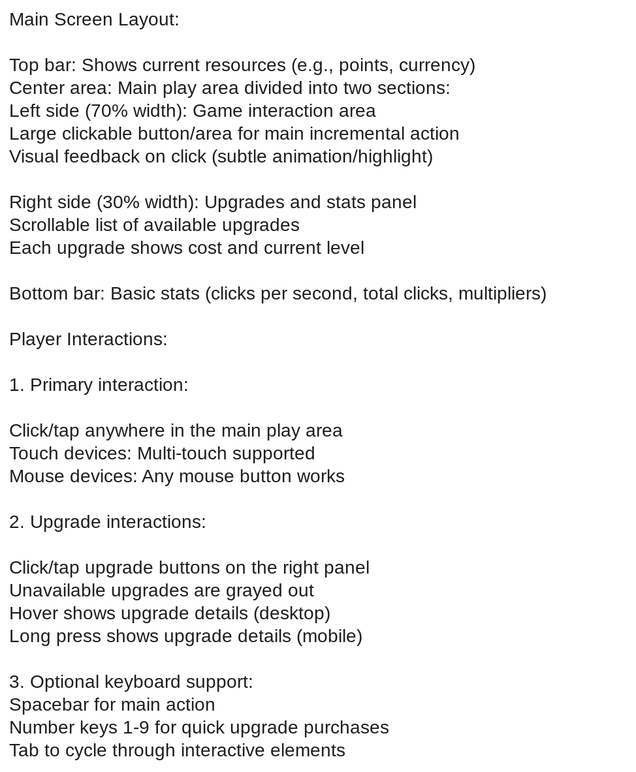
Before: templates/incremental/concept.excalidraw.svg, a diagram exported from Excalidraw (cosmic-org/living_game). Source tidied: one line per element, renumbered; positions are measured from the earlier drawing's top-left corner, leaving out a move shared by most shapes. Source of this version:
```json
{"id": 0, "type": "text", "text": "Main Screen Layout:\n\nTop bar: Shows current resources (e.g., points, currency)\nCenter area: Main play area divided into two sections:\nLeft side (70% width): Game interaction area\nLarge clickable button/area for main incremental action\nVisual feedback on click (subtle animation/highlight)\n\nRight side (30% width): Upgrades and stats panel\nScrollable list of available upgrades\nEach upgrade shows cost and current level\n\nBottom bar: Basic stats (clicks per second, total clicks, multipliers)\n\nPlayer Interactions:\n\n1. Primary interaction:\n\nClick/tap anywhere in the main play area\nTouch devices: Multi-touch supported\nMouse devices: Any mouse button works\n\n2. Upgrade interactions:\n\nClick/tap upgrade buttons on the right panel\nUnavailable upgrades are grayed out\nHover shows upgrade details (desktop)\nLong press shows upgrade details (mobile)\n\n3. Optional keyboard support:\nSpacebar for main action\nNumber keys 1-9 for quick upgrade purchases\nTab to cycle through interactive elements", "strokeColor": "#1e1e1e", "strokeWidth": 2, "roughness": 1, "fontSize": 20, "fontFamily": 1, "x": 0, "y": 0, "width": 676, "height": 825}
```
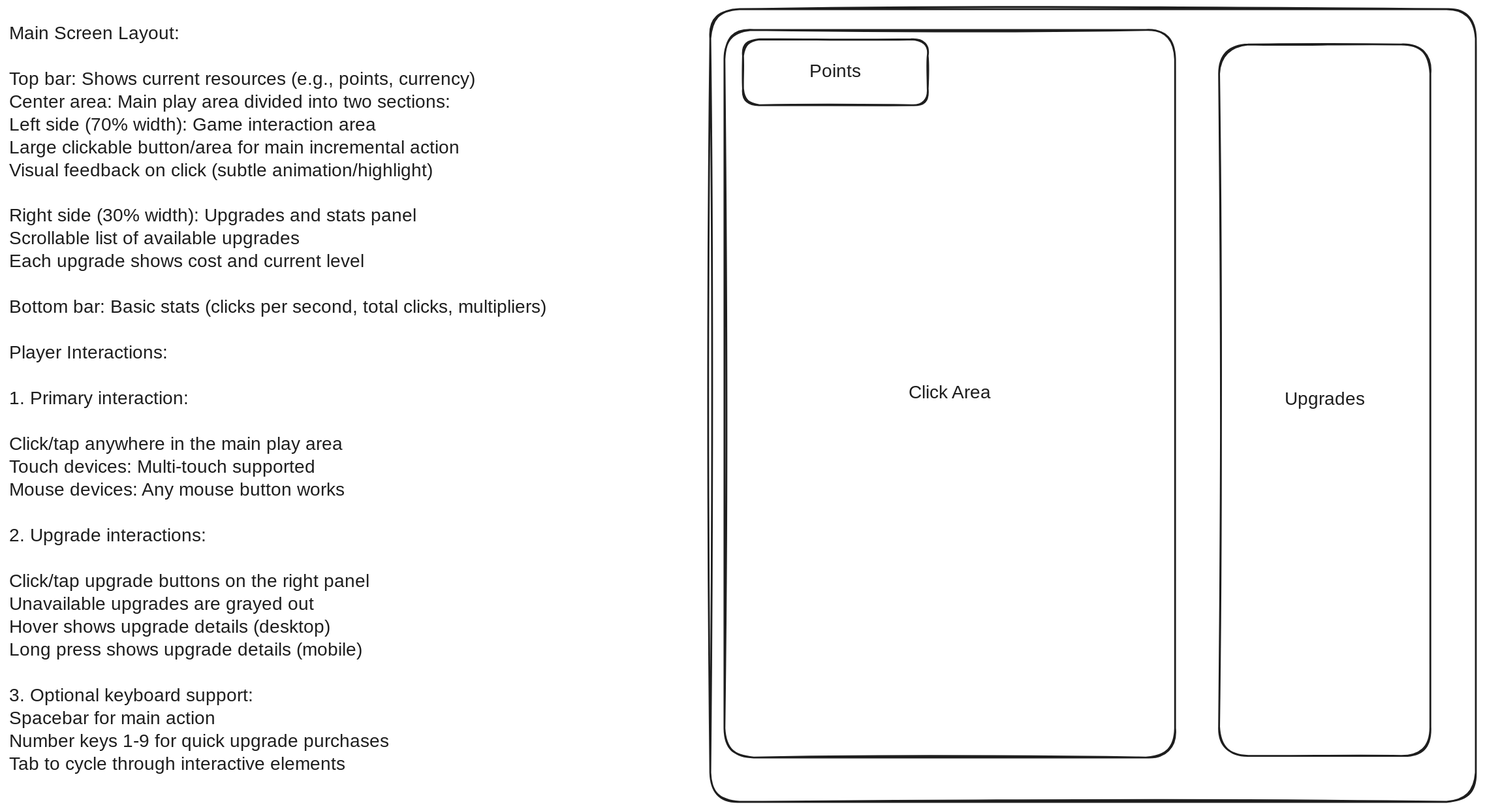
The same diagram one commit later.

Commit message:
Update concept Excalidraw SVGs for game templates

Diff of the diagram source:
```diff
@@ -1,1 +1,8 @@
+{"id": 1, "type": "rectangle", "strokeColor": "#1e1e1e", "strokeWidth": 2, "roughness": 1, "round": true, "x": 783, "y": 8, "width": 493, "height": 796}
+{"id": 2, "type": "text", "text": "Click Area", "strokeColor": "#1e1e1e", "strokeWidth": 2, "roughness": 1, "fontSize": 20, "fontFamily": 1, "textAlign": "center", "verticalAlign": "middle", "inside": 1, "x": 980, "y": 394, "width": 98, "height": 25}
 {"id": 0, "type": "text", "text": "Main Screen Layout:\n\nTop bar: Shows current resources (e.g., points, currency)\nCenter area: Main play area divided into two sections:\nLeft side (70% width): Game interaction area\nLarge clickable button/area for main incremental action\nVisual feedback on click (subtle animation/highlight)\n\nRight side (30% width): Upgrades and stats panel\nScrollable list of available upgrades\nEach upgrade shows cost and current level\n\nBottom bar: Basic stats (clicks per second, total clicks, multipliers)\n\nPlayer Interactions:\n\n1. Primary interaction:\n\nClick/tap anywhere in the main play area\nTouch devices: Multi-touch supported\nMouse devices: Any mouse button works\n\n2. Upgrade interactions:\n\nClick/tap upgrade buttons on the right panel\nUnavailable upgrades are grayed out\nHover shows upgrade details (desktop)\nLong press shows upgrade details (mobile)\n\n3. Optional keyboard support:\nSpacebar for main action\nNumber keys 1-9 for quick upgrade purchases\nTab to cycle through interactive elements", "strokeColor": "#1e1e1e", "strokeWidth": 2, "roughness": 1, "fontSize": 20, "fontFamily": 1, "x": 0, "y": 0, "width": 676, "height": 825}
+{"id": 3, "type": "rectangle", "strokeColor": "#1e1e1e", "strokeWidth": 2, "roughness": 1, "round": true, "x": 767, "y": -15, "width": 838, "height": 867}
+{"id": 4, "type": "rectangle", "strokeColor": "#1e1e1e", "strokeWidth": 2, "roughness": 1, "round": true, "x": 803, "y": 18, "width": 202, "height": 72}
+{"id": 5, "type": "text", "text": "Points", "strokeColor": "#1e1e1e", "strokeWidth": 2, "roughness": 1, "fontSize": 20, "fontFamily": 1, "textAlign": "center", "verticalAlign": "middle", "inside": 4, "x": 874, "y": 42, "width": 60, "height": 25}
+{"id": 6, "type": "rectangle", "strokeColor": "#1e1e1e", "strokeWidth": 2, "roughness": 1, "round": true, "x": 1324, "y": 24, "width": 231, "height": 778}
+{"id": 7, "type": "text", "text": "Upgrades", "strokeColor": "#1e1e1e", "strokeWidth": 2, "roughness": 1, "fontSize": 20, "fontFamily": 1, "textAlign": "center", "verticalAlign": "middle", "inside": 6, "x": 1395, "y": 401, "width": 89, "height": 25}
```
